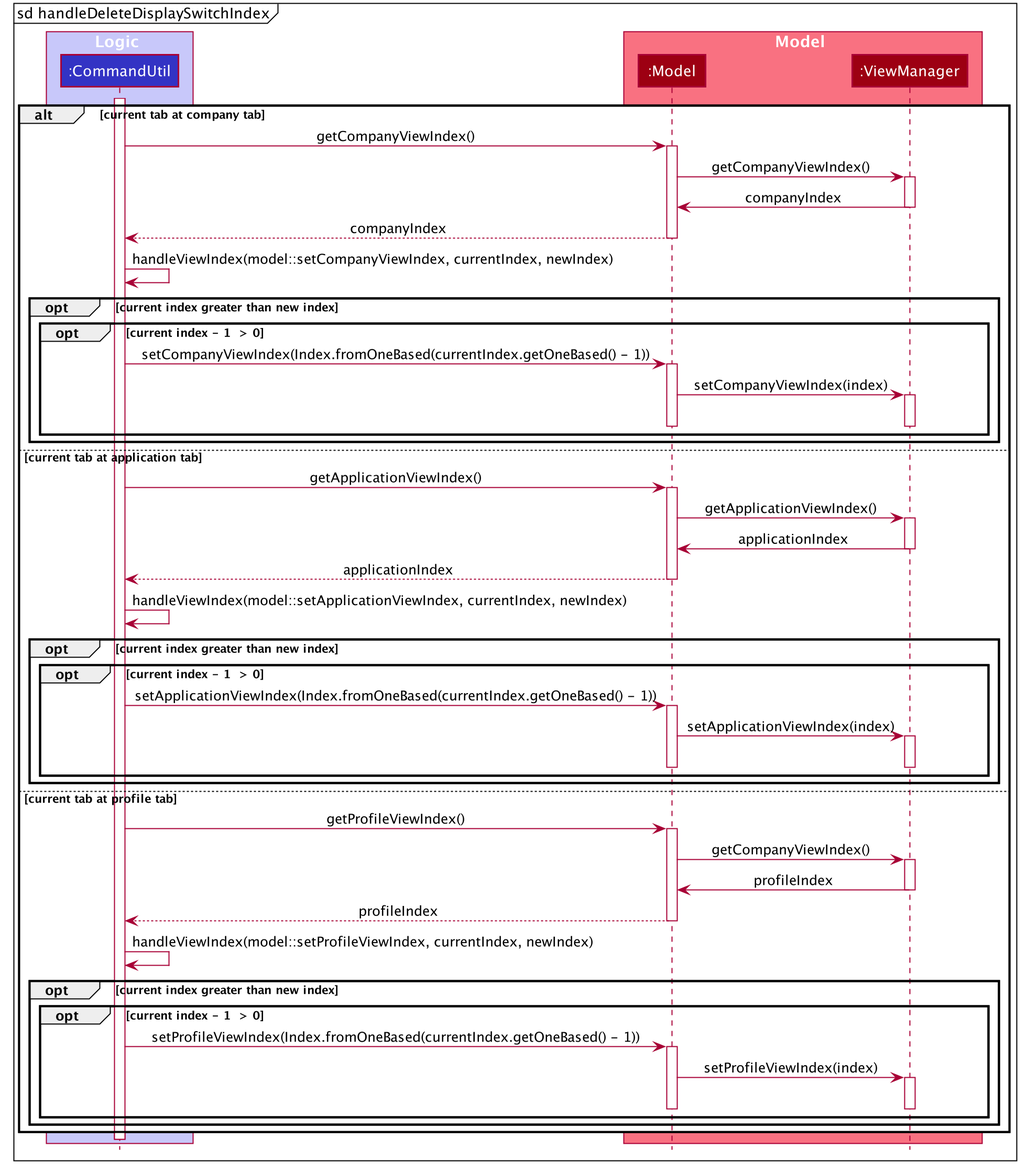
Before: docs/images/HandleDeleteDisplaySwitchIndexSequenceDiagram.png, a diagram exported from PlantUML (shawn-nyk/tp).
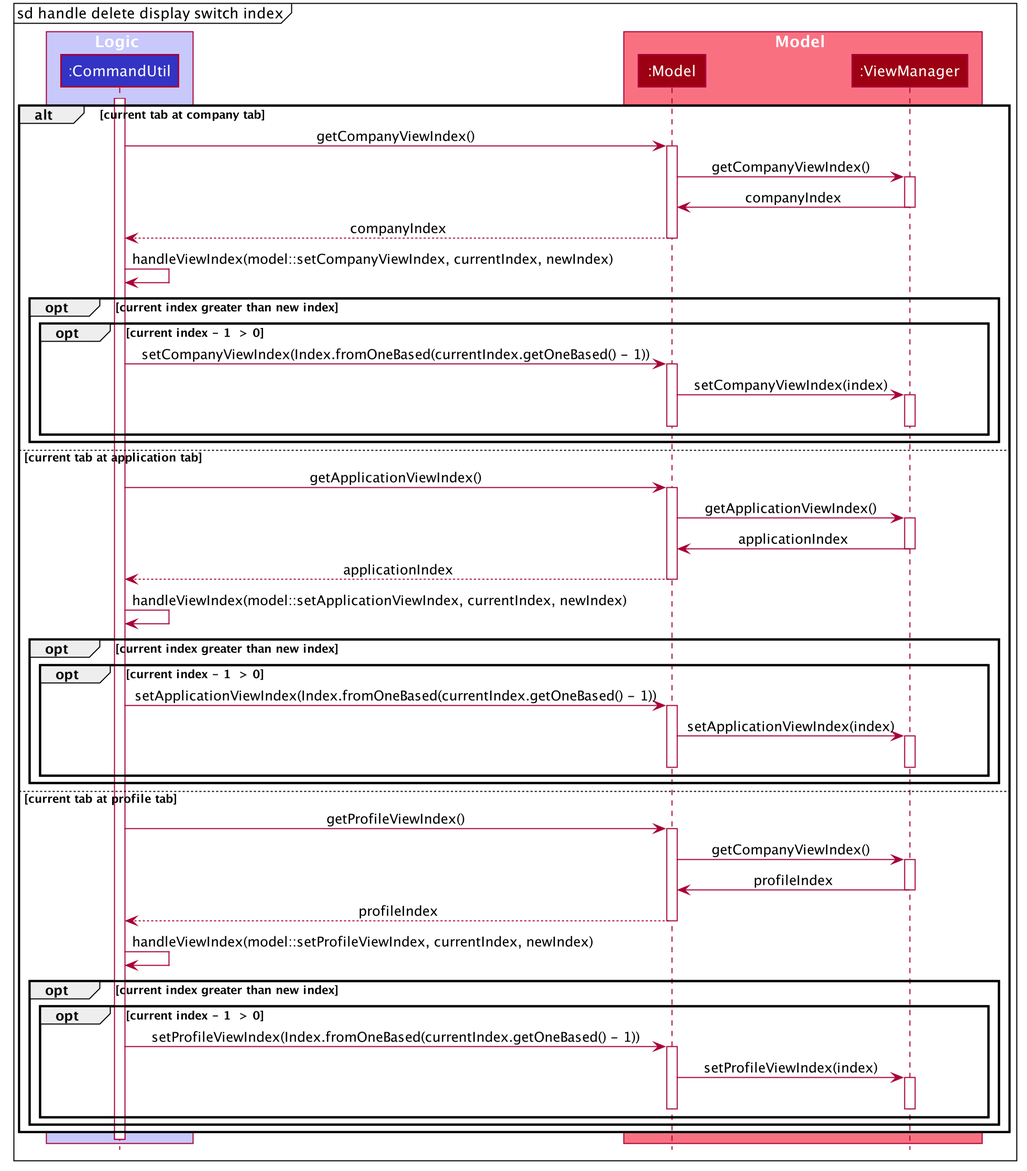
The same file after the commit.

What changed in the source:
```diff
@@ -10,6 +10,8 @@
 skinparam BackgroundColor #FFFFFFF
 
 skinparam Shadowing false
+
+skinparam classAttributeIconSize 0
 
 skinparam Class {
     FontColor #FFFFFF
@@ -57,7 +59,7 @@
 participant ":ViewManager" as ViewManager #9D0012
 end box
 
-mainframe sd handleDeleteDisplaySwitchIndex
+mainframe sd handle delete display switch index
 activate CommandUtil
 
 alt current tab at company tab
```
